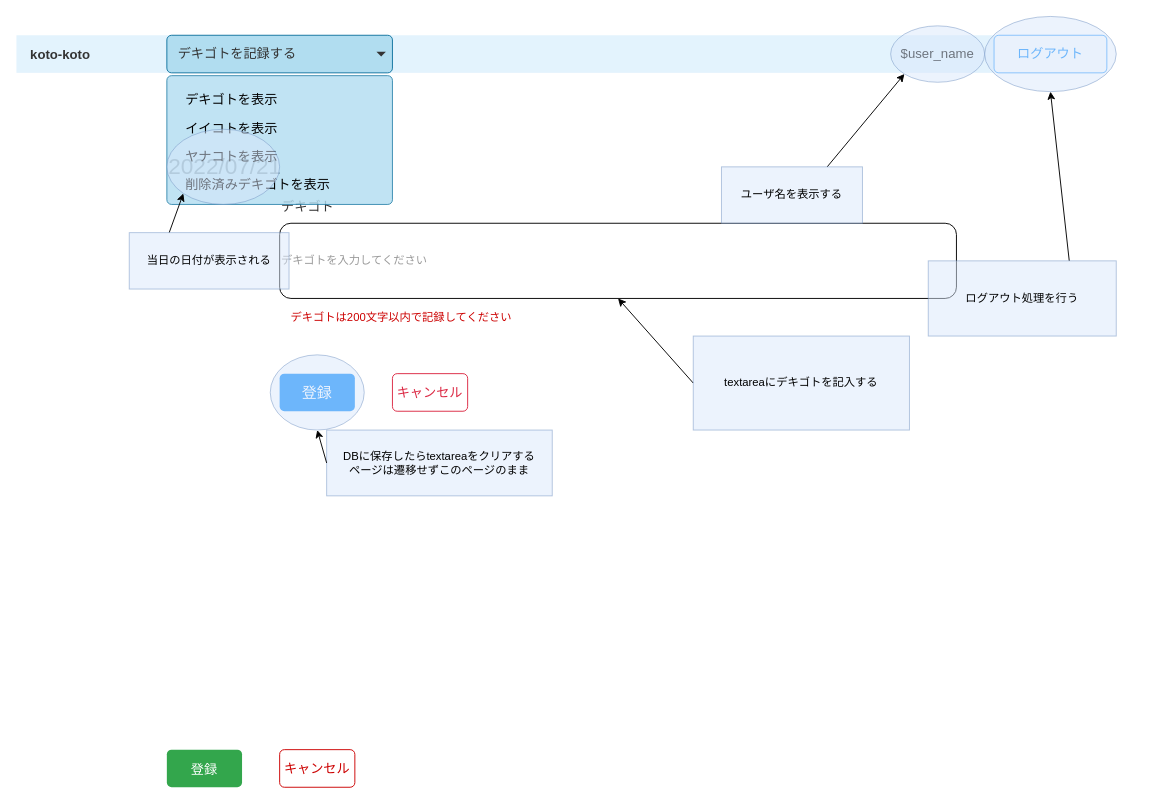
omoikanelulu/koto-koto keeps this draw.io diagram as page "デキゴト記録画面" (12 of 18) of doc/基本設計/画面設計.drawio. Above is the earlier version. Source tidied: cells renumbered, new cells numbered last; positions are measured from the earlier drawing's top-left corner, leaving out a move shared by most shapes. Both pictures are drawn from the tidied source at 94%, with x=0, y=0 at pixel (16, 16).
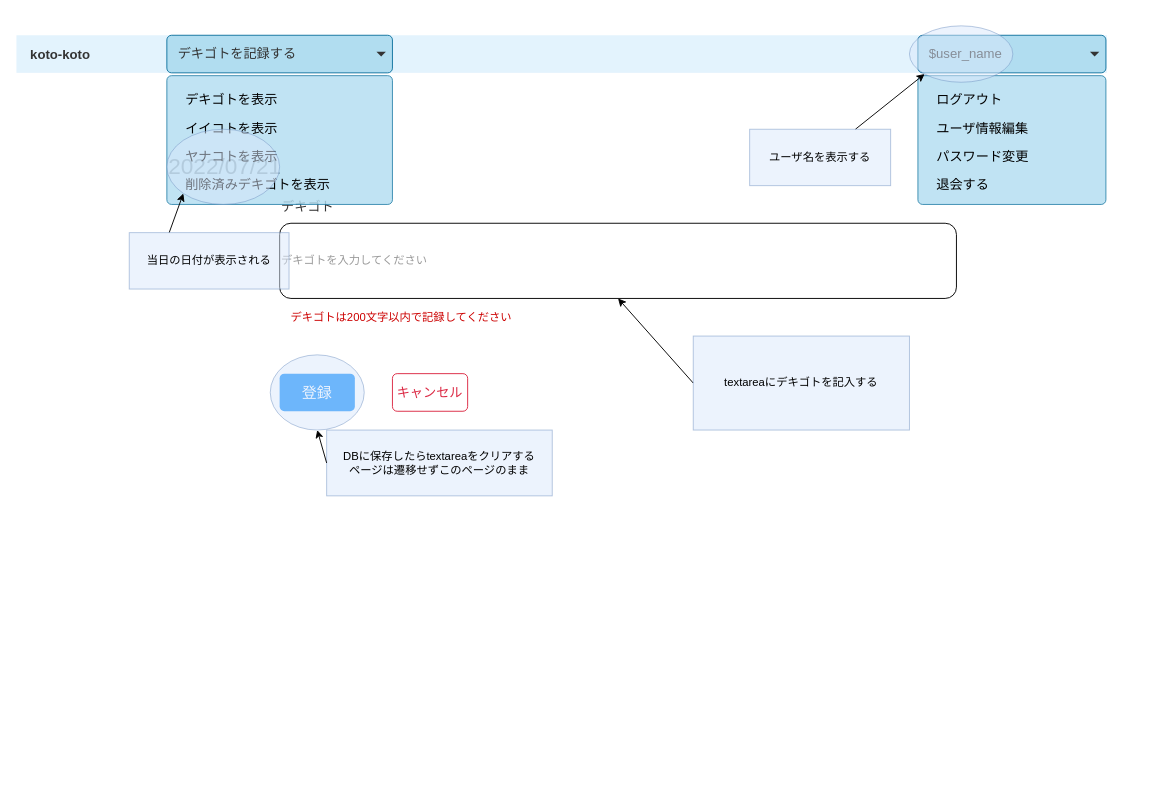
After the change.

What changed in the source:
```diff
@@
-    <mxCell id="3" value="&lt;font style=&quot;font-size: 14px;&quot;&gt;登録&lt;/font&gt;" style="html=1;shadow=0;dashed=0;shape=mxgraph.bootstrap.rrect;rSize=5;strokeColor=none;strokeWidth=1;fillColor=#33A64C;fontColor=#FFFFFF;whiteSpace=wrap;align=center;verticalAlign=middle;spacingLeft=0;fontStyle=0;fontSize=16;spacing=5;" parent="1" vertex="1">
-      <mxGeometry x="160" y="780" width="80" height="40" as="geometry" />
-    </mxCell>
-    <mxCell id="4" value="キャンセル" style="html=1;shadow=0;dashed=0;shape=mxgraph.bootstrap.rrect;rSize=5;strokeColor=#CC0000;strokeWidth=1;fillColor=default;fontColor=#CC0000;whiteSpace=wrap;align=center;verticalAlign=middle;spacingLeft=0;fontStyle=0;fontSize=14;spacing=5;" parent="1" vertex="1">
-      <mxGeometry x="280" y="780" width="80" height="40" as="geometry" />
-    </mxCell>
@@
+    <mxCell id="13" value="$user_name" style="html=1;shadow=0;dashed=0;shape=mxgraph.bootstrap.rrect;rSize=5;strokeColor=#10739E;strokeWidth=1;fillColor=#B1DDF0;fontColor=#333333;whiteSpace=wrap;align=left;verticalAlign=middle;fontStyle=0;fontSize=14;spacingLeft=10;" parent="1" vertex="1">
+      <mxGeometry x="959" y="20" width="200" height="40" as="geometry" />
+    </mxCell>
+    <mxCell id="36" style="shape=triangle;direction=south;fillColor=#333333;strokeColor=none;perimeter=none;fontColor=#333333;" parent="13" vertex="1">
+      <mxGeometry x="1" y="0.5" width="10" height="5" relative="1" as="geometry">
+        <mxPoint x="-17" y="-2.5" as="offset" />
+      </mxGeometry>
+    </mxCell>
@@
-    <mxCell id="13" value="$user_name" style="html=1;shadow=0;dashed=0;fillColor=none;strokeColor=none;shape=mxgraph.bootstrap.rect;fontColor=#000000;whiteSpace=wrap;fontSize=14;" parent="1" vertex="1">
-      <mxGeometry x="920" y="20" width="120" height="40" as="geometry" />
-    </mxCell>
-    <mxCell id="14" value="ログアウト" style="html=1;shadow=0;dashed=0;shape=mxgraph.bootstrap.rrect;rSize=5;strokeColor=#0085FC;strokeWidth=1;fillColor=default;fontColor=#0085FC;whiteSpace=wrap;align=center;verticalAlign=middle;spacingLeft=0;fontStyle=0;fontSize=14;spacing=5;opacity=80;labelBackgroundColor=none;" parent="1" vertex="1">
-      <mxGeometry x="1040" y="20" width="120" height="40" as="geometry" />
-    </mxCell>
@@
+    <mxCell id="37" style="html=1;shadow=0;dashed=0;shape=mxgraph.bootstrap.rrect;rSize=5;fillColor=#B1DDF0;strokeColor=#10739E;opacity=80;" parent="15" vertex="1">
+      <mxGeometry x="959" y="63" width="200" height="137" as="geometry" />
+    </mxCell>
+    <mxCell id="38" value="ユーザ情報編集" style="fillColor=none;strokeColor=none;align=left;spacing=20;fontSize=14;" parent="37" vertex="1">
+      <mxGeometry width="240" height="30" relative="1" as="geometry">
+        <mxPoint y="40" as="offset" />
+      </mxGeometry>
+    </mxCell>
+    <mxCell id="14" value="ログアウト" style="fillColor=none;strokeColor=none;align=left;spacing=20;fontSize=14;" parent="37" vertex="1">
+      <mxGeometry width="240" height="30" relative="1" as="geometry">
+        <mxPoint y="10" as="offset" />
+      </mxGeometry>
+    </mxCell>
+    <mxCell id="39" value="退会する" style="fillColor=none;strokeColor=none;align=left;spacing=20;fontSize=14;" parent="37" vertex="1">
+      <mxGeometry width="240" height="30" relative="1" as="geometry">
+        <mxPoint y="100" as="offset" />
+      </mxGeometry>
+    </mxCell>
+    <mxCell id="40" value="パスワード変更" style="fillColor=none;strokeColor=none;align=left;spacing=20;fontSize=14;" parent="37" vertex="1">
+      <mxGeometry width="240" height="30" relative="1" as="geometry">
+        <mxPoint y="70" as="offset" />
+      </mxGeometry>
+    </mxCell>
@@
-    <mxCell id="23" style="endArrow=classic;html=1;rounded=0;fontSize=14;entryX=0.5;entryY=1;entryDx=0;entryDy=0;exitX=0.75;exitY=0;exitDx=0;exitDy=0;" parent="21" edge="1" source="26" target="29">
-      <mxGeometry relative="1" as="geometry" />
-    </mxCell>
@@
-    <mxCell id="26" value="ログアウト処理を行う" style="rounded=0;whiteSpace=wrap;html=1;shadow=0;fillColor=#dae8fc;opacity=50;strokeColor=#6c8ebf;" parent="21" vertex="1">
-      <mxGeometry x="970" y="260" width="200" height="80" as="geometry" />
-    </mxCell>
     <mxCell id="27" value="ユーザ名を表示する" style="rounded=0;whiteSpace=wrap;html=1;shadow=0;fillColor=#dae8fc;opacity=50;strokeColor=#6c8ebf;" parent="21" vertex="1">
-      <mxGeometry x="750" y="160" width="150" height="60" as="geometry" />
+      <mxGeometry x="780" y="120" width="150" height="60" as="geometry" />
     </mxCell>
@@
-    <mxCell id="29" style="ellipse;whiteSpace=wrap;html=1;rounded=0;shadow=0;fillColor=#dae8fc;strokeColor=#6c8ebf;opacity=50;" parent="21" vertex="1">
-      <mxGeometry x="1030" width="140" height="80" as="geometry" />
-    </mxCell>
     <mxCell id="30" style="ellipse;whiteSpace=wrap;html=1;rounded=0;shadow=0;fillColor=#dae8fc;strokeColor=#6c8ebf;opacity=50;" parent="21" vertex="1">
-      <mxGeometry x="930" y="10" width="100" height="60" as="geometry" />
+      <mxGeometry x="950" y="10" width="110" height="60" as="geometry" />
     </mxCell>
```
